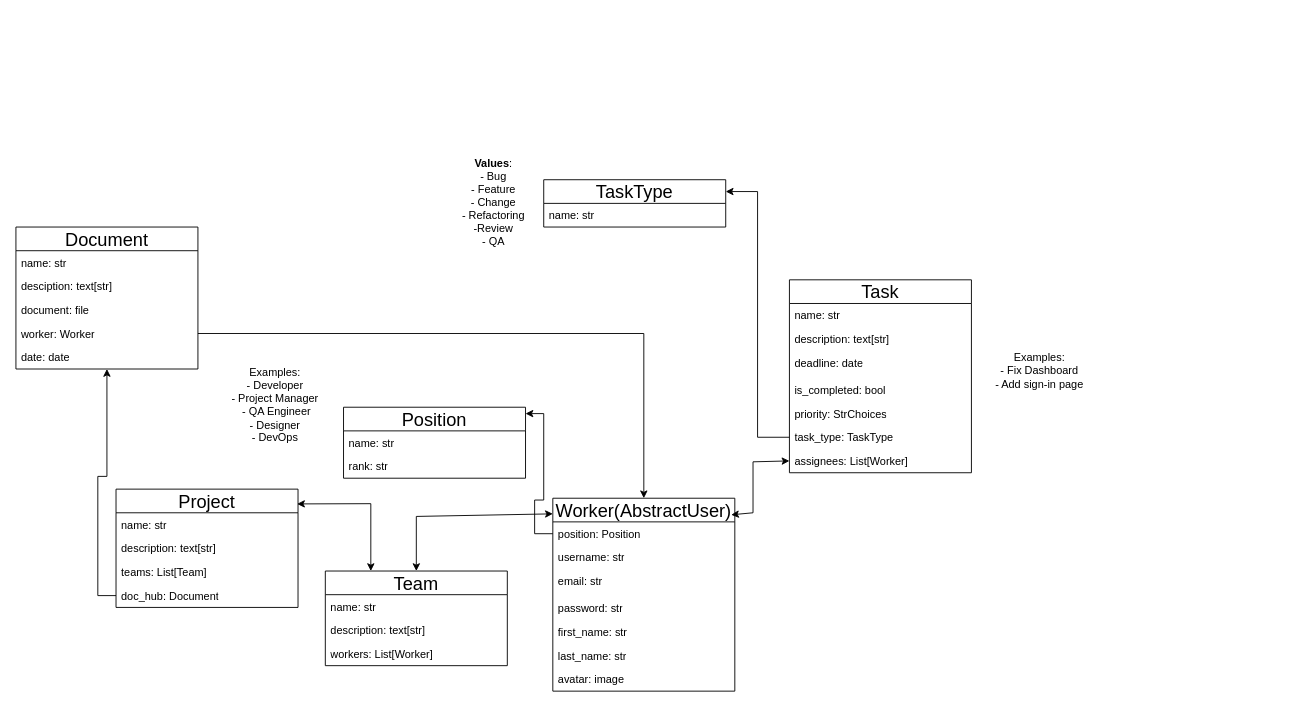
This is database_models.drawio from 4Dream-UA/Space.4Dream, a draw.io file, before an edit. Source tidied: cells renumbered, new cells numbered last; positions are measured from the earlier drawing's top-left corner, leaving out a move shared by most shapes. Both pictures are drawn from the tidied source at 91%, with x=0, y=0 at pixel (15, 15).
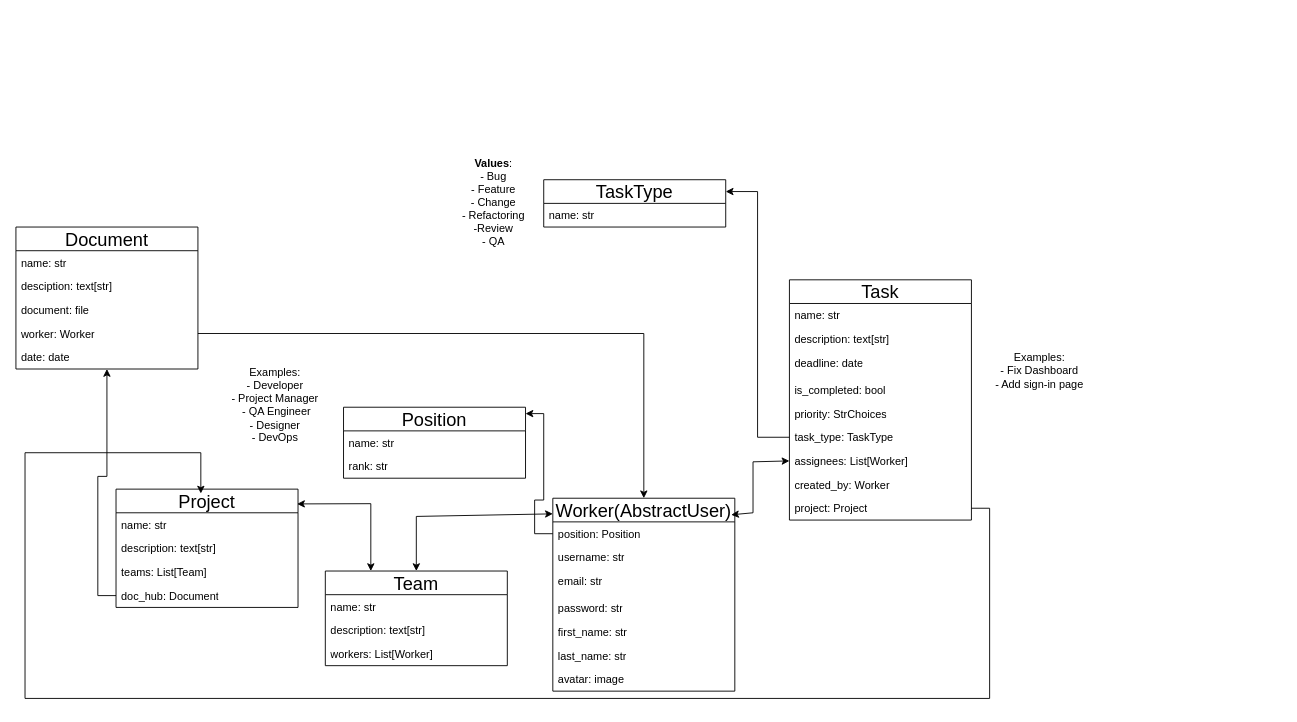
The same page after the edit.

Commit message:
Add created_by field and project field to TaskModel

The change refers to these unchanged cells:
```xml
<mxCell id="31" value="Project" style="swimlane;fontStyle=0;horizontal=1;startSize=26;fillColor=none;whiteSpace=wrap;html=1;fontSize=20;" parent="1" vertex="1">
  <mxGeometry x="110" y="520" width="200" height="130" as="geometry" />
</mxCell>
```

Change to the diagram source:
```diff
@@
     <mxCell id="2" value="Task" style="swimlane;fontStyle=0;horizontal=1;startSize=26;fillColor=none;whiteSpace=wrap;html=1;fontSize=20;" parent="1" vertex="1">
-      <mxGeometry x="850" y="290" width="200" height="212" as="geometry" />
+      <mxGeometry x="850" y="290" width="200" height="264" as="geometry" />
     </mxCell>
@@
+    <mxCell id="48" value="created_by: Worker" style="text;strokeColor=none;fillColor=none;align=left;verticalAlign=top;spacingLeft=4;spacingRight=4;overflow=hidden;whiteSpace=wrap;html=1;" parent="2" vertex="1">
+      <mxGeometry y="212" width="200" height="26" as="geometry" />
+    </mxCell>
+    <mxCell id="49" value="project: Project" style="text;strokeColor=none;fillColor=none;align=left;verticalAlign=top;spacingLeft=4;spacingRight=4;overflow=hidden;points=[[0,0.5],[1,0.5]];portConstraint=eastwest;whiteSpace=wrap;html=1;" parent="2" vertex="1">
+      <mxGeometry y="238" width="200" height="26" as="geometry" />
+    </mxCell>
@@
+    <mxCell id="50" style="edgeStyle=orthogonalEdgeStyle;rounded=0;jettySize=auto;html=1;entryX=0.466;entryY=0.037;entryDx=0;entryDy=0;entryPerimeter=0;" parent="1" edge="1" source="49" target="31">
+      <mxGeometry relative="1" as="geometry">
+        <Array as="points">
+          <mxPoint x="1070" y="541" />
+          <mxPoint x="1070" y="750" />
+          <mxPoint x="10" y="750" />
+          <mxPoint x="10" y="480" />
+          <mxPoint x="203" y="480" />
+        </Array>
+      </mxGeometry>
+    </mxCell>
```
